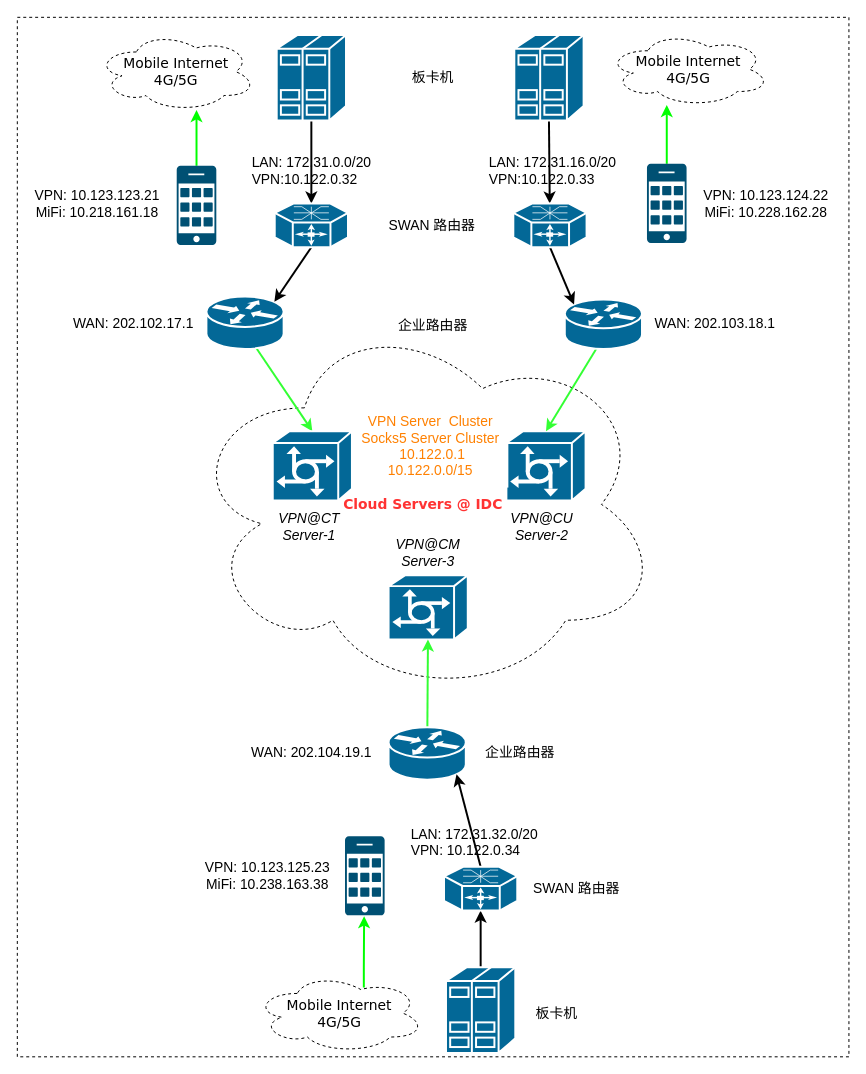
nxtreaming/andy_study keeps this draw.io diagram as Untitled Diagram.drawio. Above is the earlier version. Source tidied: cells renumbered, new cells numbered last; positions are measured from the earlier drawing's top-left corner, leaving out a move shared by most shapes. Both pictures are drawn from the tidied source at 99%, with x=0, y=0 at pixel (17, 17).
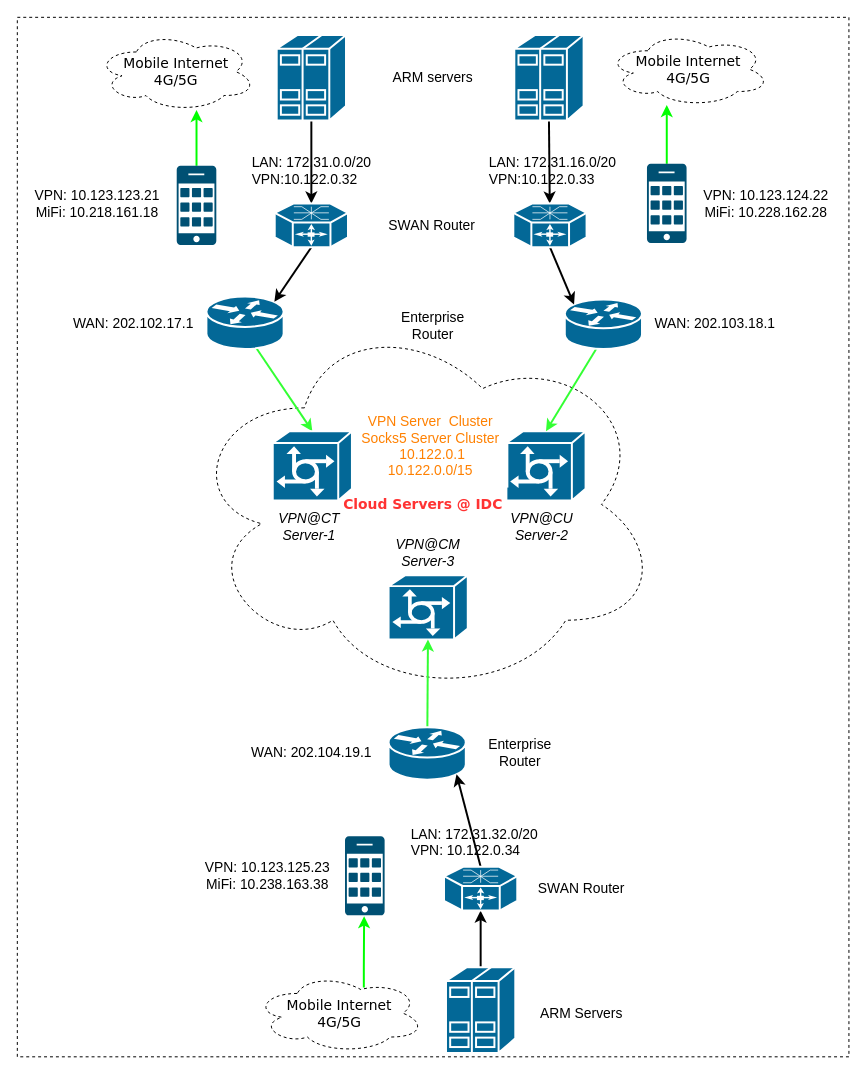
After the change.

Diff of the diagram source:
```diff
@@
-    <mxCell id="34" value="&lt;font style=&quot;font-size: 14px;&quot;&gt;板卡机&lt;/font&gt;" style="text;strokeColor=none;align=center;fillColor=#FFFFFF;html=1;verticalAlign=middle;whiteSpace=wrap;rounded=0;" parent="1" vertex="1">
-      <mxGeometry x="390" y="46" width="60" height="30" as="geometry" />
+    <mxCell id="34" value="&lt;font style=&quot;font-size: 14px;&quot;&gt;ARM servers&lt;/font&gt;" style="text;strokeColor=none;align=center;fillColor=#FFFFFF;html=1;verticalAlign=middle;whiteSpace=wrap;rounded=0;" parent="1" vertex="1">
+      <mxGeometry x="370" y="46" width="100" height="30" as="geometry" />
     </mxCell>
-    <mxCell id="35" value="&lt;font style=&quot;font-size: 14px;&quot;&gt;企业路由器&lt;/font&gt;" style="text;strokeColor=none;align=center;fillColor=#FFFFFF;html=1;verticalAlign=middle;whiteSpace=wrap;rounded=0;" parent="1" vertex="1">
+    <mxCell id="35" value="&lt;font style=&quot;font-size: 14px;&quot;&gt;Enterprise Router&lt;/font&gt;" style="text;strokeColor=none;align=center;fillColor=#FFFFFF;html=1;verticalAlign=middle;whiteSpace=wrap;rounded=0;" parent="1" vertex="1">
       <mxGeometry x="370" y="295.8" width="100" height="30" as="geometry" />
     </mxCell>
@@
-    <mxCell id="44" value="&lt;font style=&quot;font-size: 14px;&quot;&gt;SWAN 路由器&lt;/font&gt;" style="text;strokeColor=#FFFFFF;align=center;fillColor=#FFFFFF;html=1;verticalAlign=middle;whiteSpace=wrap;rounded=0;fontColor=#000000;" parent="1" vertex="1">
+    <mxCell id="44" value="&lt;font style=&quot;font-size: 14px;&quot;&gt;SWAN Router&lt;br&gt;&lt;/font&gt;" style="text;strokeColor=#FFFFFF;align=center;fillColor=#FFFFFF;html=1;verticalAlign=middle;whiteSpace=wrap;rounded=0;fontColor=#000000;" parent="1" vertex="1">
       <mxGeometry x="369" y="195.1" width="100" height="30" as="geometry" />
     </mxCell>
@@
-    <mxCell id="47" value="&lt;font style=&quot;font-size: 14px;&quot;&gt;企业路由器&lt;/font&gt;" style="text;strokeColor=none;align=center;fillColor=#FFFFFF;html=1;verticalAlign=middle;whiteSpace=wrap;rounded=0;" parent="1" vertex="1">
+    <mxCell id="47" value="&lt;font style=&quot;font-size: 14px;&quot;&gt;Enterprise&lt;br&gt;Router&lt;br&gt;&lt;/font&gt;" style="text;strokeColor=none;align=center;fillColor=#FFFFFF;html=1;verticalAlign=middle;whiteSpace=wrap;rounded=0;" parent="1" vertex="1">
       <mxGeometry x="470" y="728" width="75.5" height="30" as="geometry" />
     </mxCell>
-    <mxCell id="48" value="&lt;font style=&quot;font-size: 14px;&quot;&gt;SWAN 路由器&lt;/font&gt;" style="text;strokeColor=none;align=center;fillColor=#FFFFFF;html=1;verticalAlign=middle;whiteSpace=wrap;rounded=0;fontColor=#000000;" parent="1" vertex="1">
-      <mxGeometry x="520" y="865.2" width="90" height="30" as="geometry" />
+    <mxCell id="48" value="&lt;font style=&quot;font-size: 14px;&quot;&gt;SWAN Router&lt;br&gt;&lt;/font&gt;" style="text;strokeColor=none;align=center;fillColor=#FFFFFF;html=1;verticalAlign=middle;whiteSpace=wrap;rounded=0;fontColor=#000000;" parent="1" vertex="1">
+      <mxGeometry x="520" y="865.2" width="100" height="30" as="geometry" />
     </mxCell>
-    <mxCell id="49" value="&lt;font style=&quot;font-size: 14px;&quot;&gt;板卡机&lt;/font&gt;" style="text;strokeColor=none;align=center;fillColor=#FFFFFF;html=1;verticalAlign=middle;whiteSpace=wrap;rounded=0;" parent="1" vertex="1">
-      <mxGeometry x="520" y="991" width="50" height="30" as="geometry" />
+    <mxCell id="49" value="&lt;font style=&quot;font-size: 14px;&quot;&gt;ARM Servers&lt;/font&gt;" style="text;strokeColor=none;align=center;fillColor=#FFFFFF;html=1;verticalAlign=middle;whiteSpace=wrap;rounded=0;" parent="1" vertex="1">
+      <mxGeometry x="520" y="991" width="100" height="30" as="geometry" />
     </mxCell>
```
